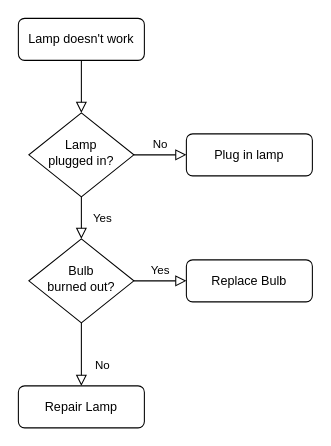
fitolearn/cpp-spreadsheet keeps this draw.io diagram as design/new_cell.drawio. Above is the earlier version. Source tidied: cells renumbered, new cells numbered last; positions are measured from the earlier drawing's top-left corner, leaving out a move shared by most shapes. Both pictures are drawn from the tidied source at 105%, with x=0, y=0 at pixel (18, 18).
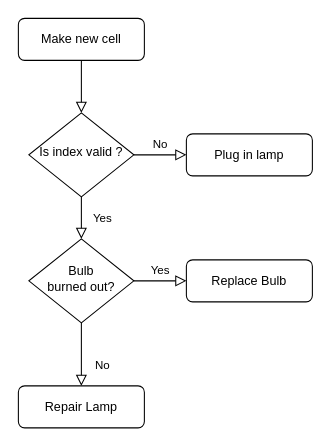
The same page after the edit.

Change to the diagram source:
```diff
@@
 <mxGraphModel>
   <root>
     <mxCell id="0" />
     <mxCell id="1" parent="0" />
     <mxCell id="2" style="rounded=0;html=1;jettySize=auto;fontSize=11;endArrow=block;endFill=0;endSize=8;strokeWidth=1;shadow=0;labelBackgroundColor=none;edgeStyle=orthogonalEdgeStyle;" parent="1" edge="1" source="3" target="6">
       <mxGeometry relative="1" as="geometry" />
     </mxCell>
-    <mxCell id="3" value="Lamp doesn't work" style="rounded=1;whiteSpace=wrap;html=1;fontSize=12;glass=0;strokeWidth=1;shadow=0;" parent="1" vertex="1">
+    <mxCell id="3" value="Make new cell" style="rounded=1;whiteSpace=wrap;html=1;fontSize=12;glass=0;strokeWidth=1;shadow=0;" parent="1" vertex="1">
       <mxGeometry width="120" height="40" as="geometry" />
     </mxCell>
     <mxCell id="4" value="Yes" style="rounded=0;html=1;jettySize=auto;fontSize=11;endArrow=block;endFill=0;endSize=8;strokeWidth=1;shadow=0;labelBackgroundColor=none;edgeStyle=orthogonalEdgeStyle;" parent="1" edge="1" source="6" target="10">
       <mxGeometry y="20" relative="1" as="geometry" />
     </mxCell>
     <mxCell id="5" value="No" style="edgeStyle=orthogonalEdgeStyle;rounded=0;html=1;jettySize=auto;fontSize=11;endArrow=block;endFill=0;endSize=8;strokeWidth=1;shadow=0;labelBackgroundColor=none;" parent="1" edge="1" source="6" target="7">
       <mxGeometry y="10" relative="1" as="geometry" />
     </mxCell>
-    <mxCell id="6" value="Lamp&lt;br&gt;plugged in?" style="rhombus;whiteSpace=wrap;html=1;shadow=0;fontFamily=Helvetica;fontSize=12;align=center;strokeWidth=1;spacing=6;spacingTop=-4;" parent="1" vertex="1">
+    <mxCell id="6" value="Is index valid ?" style="rhombus;whiteSpace=wrap;html=1;shadow=0;fontFamily=Helvetica;fontSize=12;align=center;strokeWidth=1;spacing=6;spacingTop=-4;" parent="1" vertex="1">
       <mxGeometry x="10" y="90" width="100" height="80" as="geometry" />
     </mxCell>
     <mxCell id="7" value="Plug in lamp" style="rounded=1;whiteSpace=wrap;html=1;fontSize=12;glass=0;strokeWidth=1;shadow=0;" parent="1" vertex="1">
       <mxGeometry x="160" y="110" width="120" height="40" as="geometry" />
     </mxCell>
     <mxCell id="8" value="No" style="rounded=0;html=1;jettySize=auto;fontSize=11;endArrow=block;endFill=0;endSize=8;strokeWidth=1;shadow=0;labelBackgroundColor=none;edgeStyle=orthogonalEdgeStyle;" parent="1" edge="1" source="10" target="11">
       <mxGeometry x="0.33" y="20" relative="1" as="geometry" />
     </mxCell>
     <mxCell id="9" value="Yes" style="edgeStyle=orthogonalEdgeStyle;rounded=0;html=1;jettySize=auto;fontSize=11;endArrow=block;endFill=0;endSize=8;strokeWidth=1;shadow=0;labelBackgroundColor=none;" parent="1" edge="1" source="10" target="12">
       <mxGeometry y="10" relative="1" as="geometry" />
     </mxCell>
     <mxCell id="10" value="Bulb&lt;br&gt;burned out?" style="rhombus;whiteSpace=wrap;html=1;shadow=0;fontFamily=Helvetica;fontSize=12;align=center;strokeWidth=1;spacing=6;spacingTop=-4;" parent="1" vertex="1">
       <mxGeometry x="10" y="210" width="100" height="80" as="geometry" />
     </mxCell>
     <mxCell id="11" value="Repair Lamp" style="rounded=1;whiteSpace=wrap;html=1;fontSize=12;glass=0;strokeWidth=1;shadow=0;" parent="1" vertex="1">
       <mxGeometry y="350" width="120" height="40" as="geometry" />
     </mxCell>
     <mxCell id="12" value="Replace Bulb" style="rounded=1;whiteSpace=wrap;html=1;fontSize=12;glass=0;strokeWidth=1;shadow=0;" parent="1" vertex="1">
       <mxGeometry x="160" y="230" width="120" height="40" as="geometry" />
     </mxCell>
   </root>
 </mxGraphModel>
```
